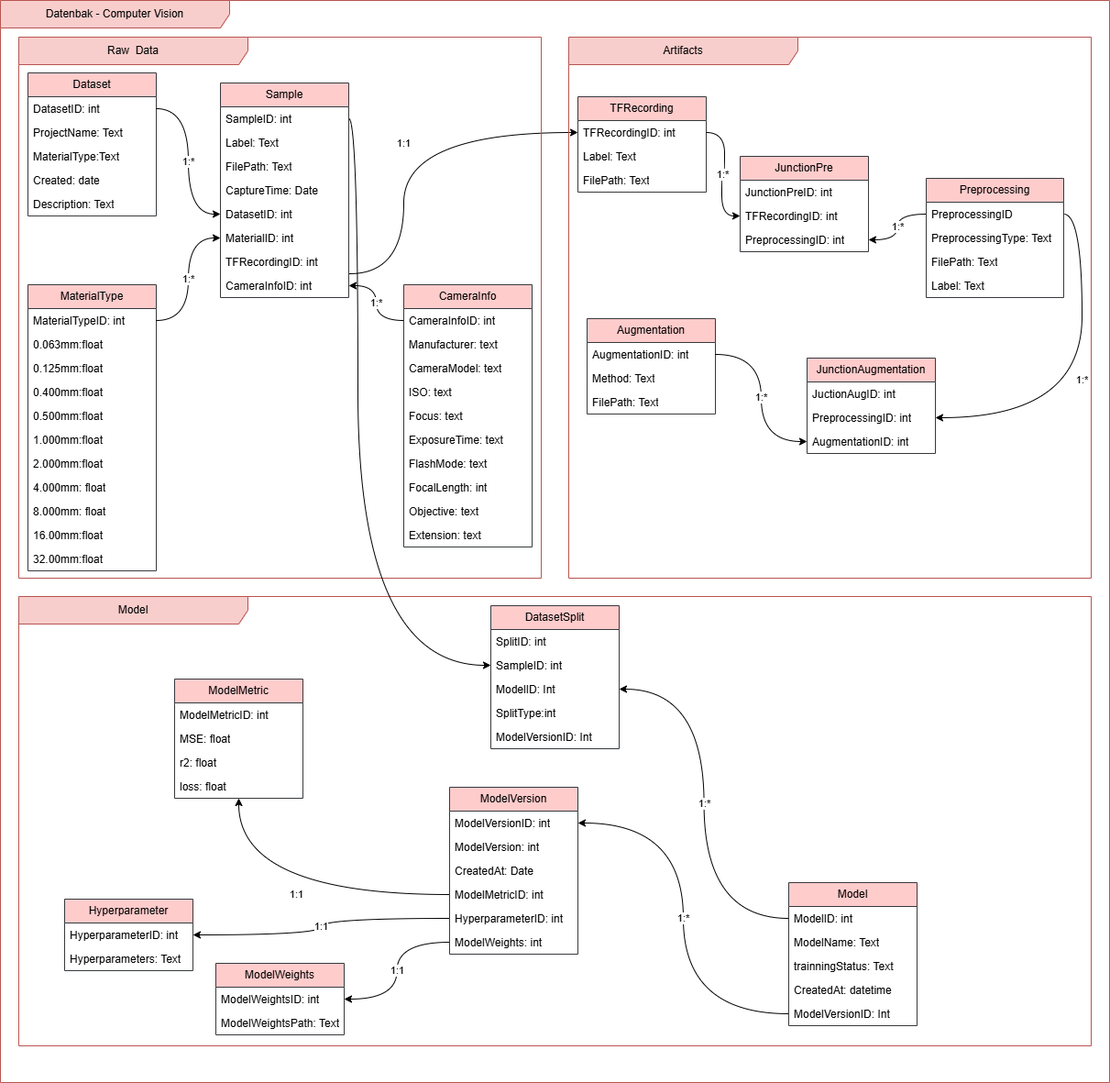
This is Dentabank - Class Diagram.png from JorgeCaballeroHSU/computer_vision, a draw.io export, as it was before one commit. Source tidied: cells renumbered, new cells last; positions are measured from the earlier drawing's top-left corner, leaving out a move shared by most shapes.
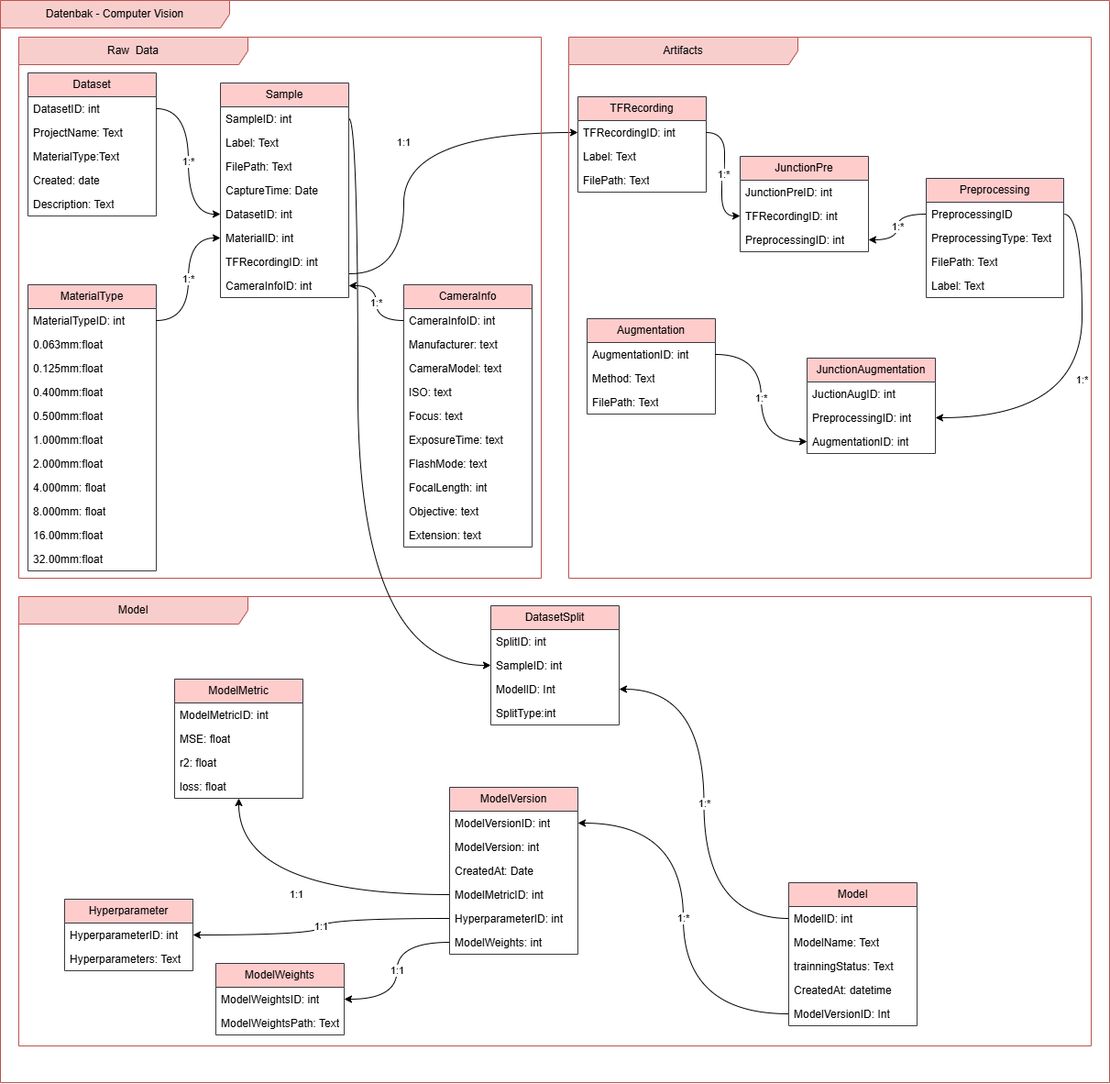
The same diagram one commit later.

Commit message:
feat: Update database schema to include TFRecordingID in Sample and JunctionPre tables, and modify related functions for TFRecord handling

What changed in the source:
```diff
@@ -310,7 +310,7 @@
       <mxGeometry relative="1" as="geometry" />
     </mxCell>
     <mxCell id="101" value="DatasetSplit" style="swimlane;fontStyle=0;horizontal=1;startSize=26;fillColor=#ffcccc;whiteSpace=wrap;html=1;strokeColor=#36393d;" parent="1" vertex="1">
-      <mxGeometry x="535" y="660" width="140" height="156" as="geometry" />
+      <mxGeometry x="535" y="660" width="140" height="130" as="geometry" />
     </mxCell>
     <mxCell id="102" value="SplitID: int" style="text;strokeColor=none;fillColor=none;align=left;verticalAlign=top;spacingLeft=4;spacingRight=4;overflow=hidden;whiteSpace=wrap;html=1;" parent="101" vertex="1">
       <mxGeometry y="26" width="140" height="26" as="geometry" />
@@ -324,9 +324,6 @@
     <mxCell id="105" value="SplitType:int" style="text;strokeColor=none;fillColor=none;align=left;verticalAlign=top;spacingLeft=4;spacingRight=4;overflow=hidden;whiteSpace=wrap;html=1;" parent="101" vertex="1">
       <mxGeometry y="104" width="140" height="26" as="geometry" />
     </mxCell>
-    <mxCell id="106" value="ModelVersionID: Int" style="text;strokeColor=none;fillColor=none;align=left;verticalAlign=top;spacingLeft=4;spacingRight=4;overflow=hidden;whiteSpace=wrap;html=1;" parent="101" vertex="1">
-      <mxGeometry y="130" width="140" height="26" as="geometry" />
-    </mxCell>
     <mxCell id="107" value="1:*" style="edgeStyle=orthogonalEdgeStyle;rounded=0;jettySize=auto;html=1;entryX=1;entryY=0.5;entryDx=0;entryDy=0;curved=1;" parent="1" edge="1" source="9" target="104">
       <mxGeometry relative="1" as="geometry" />
     </mxCell>
```
